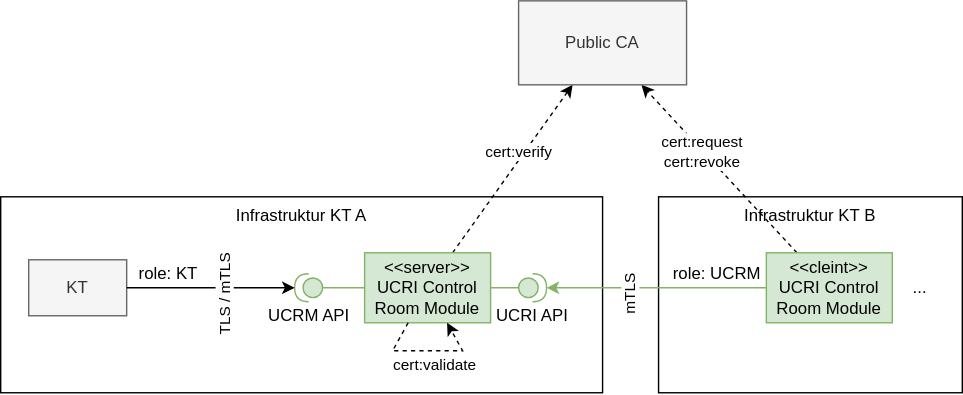
Before: staging/spec/ucrm-protocol.drawio.svg, a diagram exported from draw.io (PMeV-EFUL/ucri2). Source tidied: cells renumbered, new cells last; positions are measured from the earlier drawing's top-left corner, leaving out a move shared by most shapes. Its diagram source:
```xml
<mxGraphModel>
  <root>
    <mxCell id="0" />
    <mxCell id="1" parent="0" />
    <mxCell id="2" value="Infrastruktur KT A" style="rounded=0;whiteSpace=wrap;html=1;fillColor=none;verticalAlign=top;" parent="1" vertex="1">
      <mxGeometry y="140" width="430" height="140" as="geometry" />
    </mxCell>
    <mxCell id="3" style="edgeStyle=orthogonalEdgeStyle;rounded=0;jettySize=auto;html=1;endArrow=none;endFill=0;fillColor=#d5e8d4;strokeColor=#82b366;" parent="1" edge="1" source="4" target="7">
      <mxGeometry relative="1" as="geometry" />
    </mxCell>
    <mxCell id="4" value="UCRM API" style="shape=providedRequiredInterface;html=1;verticalLabelPosition=bottom;sketch=0;direction=west;fillColor=#d5e8d4;strokeColor=#82b366;" parent="1" vertex="1">
      <mxGeometry x="210" y="195" width="20" height="20" as="geometry" />
    </mxCell>
    <mxCell id="5" value="KT" style="rounded=0;whiteSpace=wrap;html=1;fillColor=#f5f5f5;fontColor=#333333;strokeColor=#666666;" parent="1" vertex="1">
      <mxGeometry x="20" y="185" width="70" height="40" as="geometry" />
    </mxCell>
    <mxCell id="6" value="cert:verify" style="rounded=0;jettySize=auto;html=1;dashed=1;" parent="1" edge="1" source="7" target="19">
      <mxGeometry x="0.17" y="4" relative="1" as="geometry" />
    </mxCell>
    <mxCell id="7" value="&lt;div&gt;&amp;lt;&amp;lt;server&amp;gt;&amp;gt;&lt;/div&gt;UCRI Control Room Module" style="rounded=0;whiteSpace=wrap;html=1;fillColor=#d5e8d4;strokeColor=#82b366;" parent="1" vertex="1">
      <mxGeometry x="260" y="180" width="90" height="50" as="geometry" />
    </mxCell>
    <mxCell id="8" value="Infrastruktur KT B" style="rounded=0;whiteSpace=wrap;html=1;fillColor=none;verticalAlign=top;" parent="1" vertex="1">
      <mxGeometry x="470" y="140" width="217" height="140" as="geometry" />
    </mxCell>
    <mxCell id="9" style="edgeStyle=orthogonalEdgeStyle;rounded=0;jettySize=auto;html=1;endArrow=none;endFill=0;fillColor=#d5e8d4;strokeColor=#82b366;" parent="1" edge="1" source="10" target="7">
      <mxGeometry relative="1" as="geometry" />
    </mxCell>
    <mxCell id="10" style="shape=providedRequiredInterface;html=1;verticalLabelPosition=bottom;sketch=0;direction=west;fillColor=#d5e8d4;strokeColor=#82b366;rotation=-180;" parent="1" vertex="1">
      <mxGeometry x="370" y="195" width="20" height="20" as="geometry" />
    </mxCell>
    <mxCell id="11" value="cert:request&lt;div&gt;cert:revoke&lt;/div&gt;" style="edgeStyle=none;shape=connector;rounded=0;jettySize=auto;html=1;dashed=1;strokeColor=default;align=center;verticalAlign=middle;fontFamily=Helvetica;fontSize=11;fontColor=default;labelBackgroundColor=default;endArrow=classic;" parent="1" edge="1" source="12" target="19">
      <mxGeometry x="0.21" y="1" relative="1" as="geometry" />
    </mxCell>
    <mxCell id="12" value="&lt;div&gt;&amp;lt;&amp;lt;cleint&amp;gt;&amp;gt;&lt;/div&gt;UCRI Control Room Module" style="rounded=0;whiteSpace=wrap;html=1;fillColor=#d5e8d4;strokeColor=#82b366;" parent="1" vertex="1">
      <mxGeometry x="547" y="180" width="90" height="50" as="geometry" />
    </mxCell>
    <mxCell id="13" value="..." style="text;html=1;strokeColor=none;fillColor=none;align=center;verticalAlign=middle;whiteSpace=wrap;rounded=0;" parent="1" vertex="1">
      <mxGeometry x="627" y="190" width="60" height="30" as="geometry" />
    </mxCell>
    <mxCell id="14" value="TLS / mTLS" style="edgeStyle=orthogonalEdgeStyle;rounded=0;jettySize=auto;html=1;entryX=1;entryY=0.5;entryDx=0;entryDy=0;entryPerimeter=0;verticalAlign=middle;horizontal=0;" parent="1" edge="1" source="5" target="4">
      <mxGeometry x="0.17" y="-5" relative="1" as="geometry" />
    </mxCell>
    <mxCell id="15" value="mTLS" style="edgeStyle=orthogonalEdgeStyle;rounded=0;jettySize=auto;html=1;entryX=1;entryY=0.5;entryDx=0;entryDy=0;entryPerimeter=0;fillColor=#d5e8d4;strokeColor=#82b366;horizontal=0;" parent="1" edge="1" source="12" target="10">
      <mxGeometry x="0.24" y="5" relative="1" as="geometry" />
    </mxCell>
    <mxCell id="16" value="role: KT" style="text;html=1;align=center;verticalAlign=middle;whiteSpace=wrap;rounded=0;" parent="1" vertex="1">
      <mxGeometry x="90" y="180" width="60" height="30" as="geometry" />
    </mxCell>
    <mxCell id="17" value="UCRI API" style="text;html=1;align=center;verticalAlign=middle;whiteSpace=wrap;rounded=0;" parent="1" vertex="1">
      <mxGeometry x="350" y="210" width="60" height="30" as="geometry" />
    </mxCell>
    <mxCell id="18" value="role: UCRM" style="text;html=1;align=center;verticalAlign=middle;whiteSpace=wrap;rounded=0;" parent="1" vertex="1">
      <mxGeometry x="477" y="180" width="70" height="30" as="geometry" />
    </mxCell>
    <mxCell id="19" value="Public CA" style="rounded=0;whiteSpace=wrap;html=1;fillColor=#f5f5f5;fontColor=#333333;strokeColor=#666666;" parent="1" vertex="1">
      <mxGeometry x="370" width="120" height="60" as="geometry" />
    </mxCell>
    <mxCell id="20" value="cert:validate" style="edgeStyle=none;shape=connector;rounded=0;orthogonalLoop=1;jettySize=auto;html=1;dashed=1;strokeColor=default;align=center;verticalAlign=middle;fontFamily=Helvetica;fontSize=11;fontColor=default;labelBackgroundColor=default;endArrow=classic;" parent="1" edge="1" source="7" target="7">
      <mxGeometry x="0.1" y="-10" relative="1" as="geometry">
        <Array as="points">
          <mxPoint x="330" y="250" />
        </Array>
      </mxGeometry>
    </mxCell>
  </root>
</mxGraphModel>
```
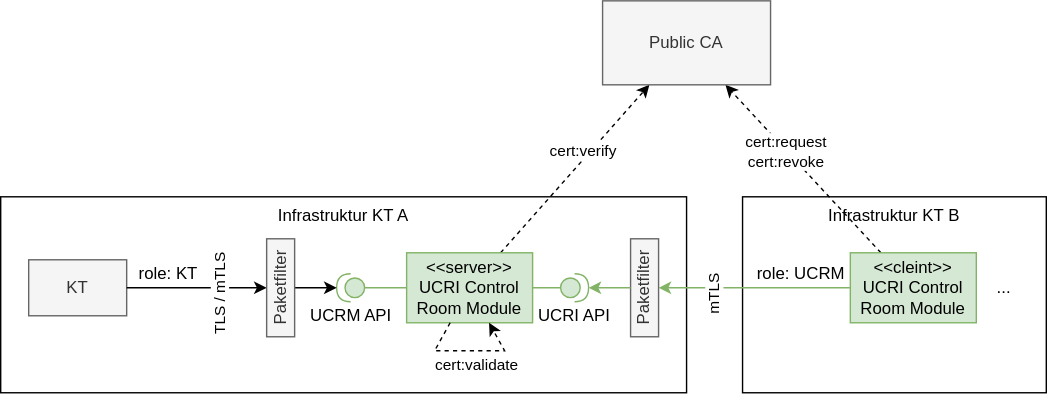
The same diagram one commit later.

Diff of the diagram source:
```diff
@@ -3,22 +3,22 @@
     <mxCell id="0" />
     <mxCell id="1" parent="0" />
     <mxCell id="2" value="Infrastruktur KT A" style="rounded=0;whiteSpace=wrap;html=1;fillColor=none;verticalAlign=top;" parent="1" vertex="1">
-      <mxGeometry y="140" width="430" height="140" as="geometry" />
+      <mxGeometry x="-60" y="140" width="490" height="140" as="geometry" />
     </mxCell>
     <mxCell id="3" style="edgeStyle=orthogonalEdgeStyle;rounded=0;jettySize=auto;html=1;endArrow=none;endFill=0;fillColor=#d5e8d4;strokeColor=#82b366;" parent="1" edge="1" source="4" target="7">
       <mxGeometry relative="1" as="geometry" />
     </mxCell>
     <mxCell id="4" value="UCRM API" style="shape=providedRequiredInterface;html=1;verticalLabelPosition=bottom;sketch=0;direction=west;fillColor=#d5e8d4;strokeColor=#82b366;" parent="1" vertex="1">
-      <mxGeometry x="210" y="195" width="20" height="20" as="geometry" />
+      <mxGeometry x="180" y="195" width="20" height="20" as="geometry" />
     </mxCell>
     <mxCell id="5" value="KT" style="rounded=0;whiteSpace=wrap;html=1;fillColor=#f5f5f5;fontColor=#333333;strokeColor=#666666;" parent="1" vertex="1">
-      <mxGeometry x="20" y="185" width="70" height="40" as="geometry" />
+      <mxGeometry x="-40" y="185" width="70" height="40" as="geometry" />
     </mxCell>
     <mxCell id="6" value="cert:verify" style="rounded=0;jettySize=auto;html=1;dashed=1;" parent="1" edge="1" source="7" target="19">
       <mxGeometry x="0.17" y="4" relative="1" as="geometry" />
     </mxCell>
     <mxCell id="7" value="&lt;div&gt;&amp;lt;&amp;lt;server&amp;gt;&amp;gt;&lt;/div&gt;UCRI Control Room Module" style="rounded=0;whiteSpace=wrap;html=1;fillColor=#d5e8d4;strokeColor=#82b366;" parent="1" vertex="1">
-      <mxGeometry x="260" y="180" width="90" height="50" as="geometry" />
+      <mxGeometry x="230" y="180" width="90" height="50" as="geometry" />
     </mxCell>
     <mxCell id="8" value="Infrastruktur KT B" style="rounded=0;whiteSpace=wrap;html=1;fillColor=none;verticalAlign=top;" parent="1" vertex="1">
       <mxGeometry x="470" y="140" width="217" height="140" as="geometry" />
@@ -27,7 +27,7 @@
       <mxGeometry relative="1" as="geometry" />
     </mxCell>
     <mxCell id="10" style="shape=providedRequiredInterface;html=1;verticalLabelPosition=bottom;sketch=0;direction=west;fillColor=#d5e8d4;strokeColor=#82b366;rotation=-180;" parent="1" vertex="1">
-      <mxGeometry x="370" y="195" width="20" height="20" as="geometry" />
+      <mxGeometry x="340" y="195" width="20" height="20" as="geometry" />
     </mxCell>
     <mxCell id="11" value="cert:request&lt;div&gt;cert:revoke&lt;/div&gt;" style="edgeStyle=none;shape=connector;rounded=0;jettySize=auto;html=1;dashed=1;strokeColor=default;align=center;verticalAlign=middle;fontFamily=Helvetica;fontSize=11;fontColor=default;labelBackgroundColor=default;endArrow=classic;" parent="1" edge="1" source="12" target="19">
       <mxGeometry x="0.21" y="1" relative="1" as="geometry" />
@@ -38,17 +38,17 @@
     <mxCell id="13" value="..." style="text;html=1;strokeColor=none;fillColor=none;align=center;verticalAlign=middle;whiteSpace=wrap;rounded=0;" parent="1" vertex="1">
       <mxGeometry x="627" y="190" width="60" height="30" as="geometry" />
     </mxCell>
-    <mxCell id="14" value="TLS / mTLS" style="edgeStyle=orthogonalEdgeStyle;rounded=0;jettySize=auto;html=1;entryX=1;entryY=0.5;entryDx=0;entryDy=0;entryPerimeter=0;verticalAlign=middle;horizontal=0;" parent="1" edge="1" source="5" target="4">
-      <mxGeometry x="0.17" y="-5" relative="1" as="geometry" />
+    <mxCell id="14" style="edgeStyle=orthogonalEdgeStyle;rounded=0;jettySize=auto;html=1;entryX=1;entryY=0.5;entryDx=0;entryDy=0;entryPerimeter=0;verticalAlign=middle;horizontal=0;" parent="1" edge="1" source="22" target="4">
+      <mxGeometry x="-0.11" y="-5" relative="1" as="geometry" />
     </mxCell>
-    <mxCell id="15" value="mTLS" style="edgeStyle=orthogonalEdgeStyle;rounded=0;jettySize=auto;html=1;entryX=1;entryY=0.5;entryDx=0;entryDy=0;entryPerimeter=0;fillColor=#d5e8d4;strokeColor=#82b366;horizontal=0;" parent="1" edge="1" source="12" target="10">
-      <mxGeometry x="0.24" y="5" relative="1" as="geometry" />
+    <mxCell id="15" value="mTLS" style="edgeStyle=orthogonalEdgeStyle;rounded=0;jettySize=auto;html=1;fillColor=#d5e8d4;strokeColor=#82b366;horizontal=0;" parent="1" edge="1" source="12" target="23">
+      <mxGeometry x="0.42" y="5" relative="1" as="geometry" />
     </mxCell>
     <mxCell id="16" value="role: KT" style="text;html=1;align=center;verticalAlign=middle;whiteSpace=wrap;rounded=0;" parent="1" vertex="1">
-      <mxGeometry x="90" y="180" width="60" height="30" as="geometry" />
+      <mxGeometry x="30" y="180" width="60" height="30" as="geometry" />
     </mxCell>
     <mxCell id="17" value="UCRI API" style="text;html=1;align=center;verticalAlign=middle;whiteSpace=wrap;rounded=0;" parent="1" vertex="1">
-      <mxGeometry x="350" y="210" width="60" height="30" as="geometry" />
+      <mxGeometry x="320" y="210" width="60" height="30" as="geometry" />
     </mxCell>
     <mxCell id="18" value="role: UCRM" style="text;html=1;align=center;verticalAlign=middle;whiteSpace=wrap;rounded=0;" parent="1" vertex="1">
       <mxGeometry x="477" y="180" width="70" height="30" as="geometry" />
@@ -59,9 +59,21 @@
     <mxCell id="20" value="cert:validate" style="edgeStyle=none;shape=connector;rounded=0;orthogonalLoop=1;jettySize=auto;html=1;dashed=1;strokeColor=default;align=center;verticalAlign=middle;fontFamily=Helvetica;fontSize=11;fontColor=default;labelBackgroundColor=default;endArrow=classic;" parent="1" edge="1" source="7" target="7">
       <mxGeometry x="0.1" y="-10" relative="1" as="geometry">
         <Array as="points">
-          <mxPoint x="330" y="250" />
+          <mxPoint x="300" y="250" />
         </Array>
       </mxGeometry>
     </mxCell>
+    <mxCell id="21" value="&lt;span style=&quot;color: rgb(0, 0, 0); font-family: Helvetica; font-size: 11px; font-style: normal; font-variant-ligatures: normal; font-variant-caps: normal; font-weight: 400; letter-spacing: normal; orphans: 2; text-align: center; text-indent: 0px; text-transform: none; widows: 2; word-spacing: 0px; -webkit-text-stroke-width: 0px; white-space: nowrap; background-color: rgb(255, 255, 255); text-decoration-thickness: initial; text-decoration-style: initial; text-decoration-color: initial; float: none; display: inline !important;&quot;&gt;TLS / mTLS&lt;/span&gt;" style="edgeStyle=orthogonalEdgeStyle;rounded=0;jettySize=auto;html=1;verticalAlign=middle;horizontal=0;" parent="1" edge="1" source="5" target="22">
+      <mxGeometry x="0.33" y="-5" relative="1" as="geometry" />
+    </mxCell>
+    <mxCell id="22" value="Paketfilter" style="rounded=0;whiteSpace=wrap;html=1;fillColor=#f5f5f5;fontColor=#333333;strokeColor=#666666;horizontal=0;" parent="1" vertex="1">
+      <mxGeometry x="130" y="170" width="20" height="70" as="geometry" />
+    </mxCell>
+    <mxCell id="23" value="Paketfilter" style="rounded=0;whiteSpace=wrap;html=1;fillColor=#f5f5f5;fontColor=#333333;strokeColor=#666666;horizontal=0;" parent="1" vertex="1">
+      <mxGeometry x="390" y="170" width="20" height="70" as="geometry" />
+    </mxCell>
+    <mxCell id="24" style="edgeStyle=orthogonalEdgeStyle;rounded=0;jettySize=auto;html=1;entryX=1;entryY=0.5;entryDx=0;entryDy=0;entryPerimeter=0;strokeColor=#82b366;align=center;verticalAlign=middle;fontFamily=Helvetica;fontSize=11;fontColor=default;labelBackgroundColor=default;endArrow=classic;fillColor=#d5e8d4;" parent="1" edge="1" source="23" target="10">
+      <mxGeometry relative="1" as="geometry" />
+    </mxCell>
   </root>
 </mxGraphModel>
```
